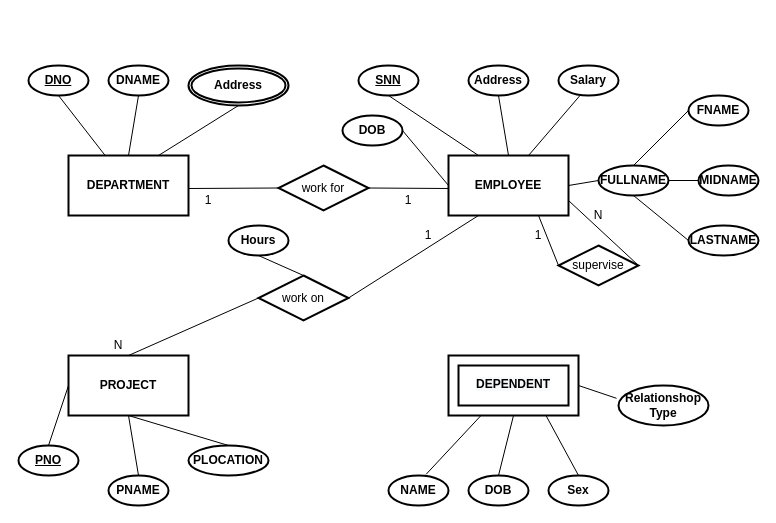
This is erd1.drawio from kieuvantuyen01/testGit, a draw.io file, before an edit. Source tidied: cells renumbered, new cells numbered last; positions are measured from the earlier drawing's top-left corner, leaving out a move shared by most shapes. Both pictures are drawn from the tidied source at 100%, with x=0, y=0 at pixel (18, 65).
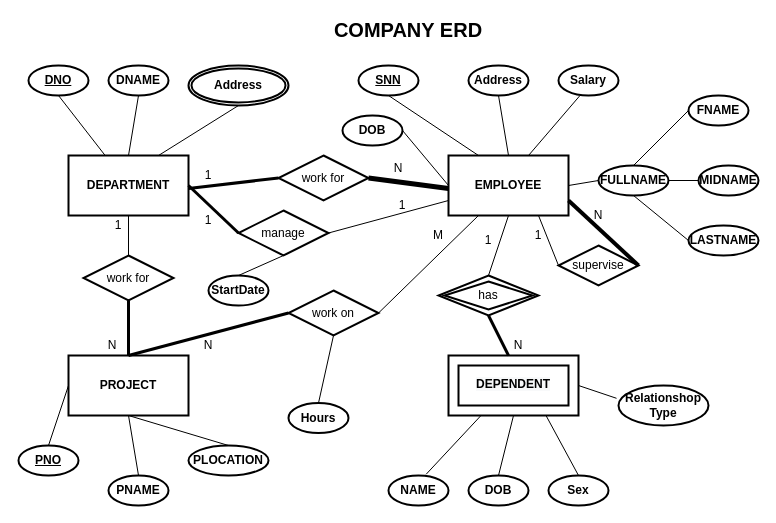
Above is the later version.

The change refers to these unchanged cells:
```xml
<mxCell id="2" value="&lt;b&gt;DEPARTMENT&lt;/b&gt;" style="rounded=0;whiteSpace=wrap;html=1;strokeWidth=2;" parent="1" vertex="1">
  <mxGeometry x="50" y="90" width="120" height="60" as="geometry" />
</mxCell>
<mxCell id="3" value="&lt;b&gt;EMPLOYEE&lt;/b&gt;" style="rounded=0;whiteSpace=wrap;html=1;strokeWidth=2;" parent="1" vertex="1">
  <mxGeometry x="430" y="90" width="120" height="60" as="geometry" />
</mxCell>
<mxCell id="4" value="&lt;b&gt;PROJECT&lt;/b&gt;" style="rounded=0;whiteSpace=wrap;html=1;strokeWidth=2;" parent="1" vertex="1">
  <mxGeometry x="50" y="290" width="120" height="60" as="geometry" />
</mxCell>
<mxCell id="55" value="supervise" style="shape=rhombus;perimeter=rhombusPerimeter;whiteSpace=wrap;html=1;align=center;strokeWidth=2;" parent="1" vertex="1">
  <mxGeometry x="540" y="180" width="80" height="40" as="geometry" />
</mxCell>
```

The edit, as a diff of the source:
```diff
@@
     <mxCell id="43" value="work for" style="shape=rhombus;perimeter=rhombusPerimeter;whiteSpace=wrap;html=1;align=center;strokeWidth=2;" parent="1" vertex="1">
-      <mxGeometry x="260" y="100" width="90" height="45" as="geometry" />
+      <mxGeometry x="260" y="90" width="90" height="45" as="geometry" />
     </mxCell>
-    <mxCell id="44" style="endArrow=none;html=1;rounded=0;entryX=0;entryY=0.5;entryDx=0;entryDy=0;" parent="1" edge="1" target="43">
+    <mxCell id="44" style="endArrow=none;html=1;rounded=0;entryX=0;entryY=0.5;entryDx=0;entryDy=0;strokeWidth=3;" parent="1" edge="1" target="43">
       <mxGeometry relative="1" as="geometry">
         <mxPoint x="170" y="123" as="sourcePoint" />
       </mxGeometry>
     </mxCell>
-    <mxCell id="45" style="endArrow=none;html=1;rounded=0;exitX=1;exitY=0.5;exitDx=0;exitDy=0;" parent="1" edge="1" source="43">
+    <mxCell id="45" style="endArrow=none;html=1;rounded=0;exitX=1;exitY=0.5;exitDx=0;exitDy=0;fontStyle=1;strokeWidth=5;" parent="1" edge="1" source="43">
       <mxGeometry relative="1" as="geometry">
         <mxPoint x="430" y="123" as="targetPoint" />
       </mxGeometry>
     </mxCell>
-    <mxCell id="46" value="1" style="text;html=1;strokeColor=none;fillColor=none;align=center;verticalAlign=middle;whiteSpace=wrap;rounded=0;" parent="1" vertex="1">
-      <mxGeometry x="370" y="125" width="40" height="20" as="geometry" />
+    <mxCell id="46" value="N" style="text;html=1;strokeColor=none;fillColor=none;align=center;verticalAlign=middle;whiteSpace=wrap;rounded=0;" parent="1" vertex="1">
+      <mxGeometry x="360" y="92.5" width="40" height="20" as="geometry" />
     </mxCell>
     <mxCell id="47" value="1" style="text;html=1;strokeColor=none;fillColor=none;align=center;verticalAlign=middle;whiteSpace=wrap;rounded=0;" parent="1" vertex="1">
-      <mxGeometry x="170" y="125" width="40" height="20" as="geometry" />
+      <mxGeometry x="170" y="100" width="40" height="20" as="geometry" />
     </mxCell>
     <mxCell id="48" value="work on&lt;br&gt;" style="shape=rhombus;perimeter=rhombusPerimeter;whiteSpace=wrap;html=1;align=center;strokeWidth=2;" parent="1" vertex="1">
-      <mxGeometry x="240" y="210" width="90" height="45" as="geometry" />
+      <mxGeometry x="270" y="225" width="90" height="45" as="geometry" />
     </mxCell>
-    <mxCell id="49" style="endArrow=none;html=1;rounded=0;entryX=0;entryY=0.5;entryDx=0;entryDy=0;exitX=0.5;exitY=0;exitDx=0;exitDy=0;" parent="1" edge="1" source="4" target="48">
+    <mxCell id="49" style="endArrow=none;html=1;rounded=0;entryX=0;entryY=0.5;entryDx=0;entryDy=0;exitX=0.5;exitY=0;exitDx=0;exitDy=0;strokeWidth=3;" parent="1" edge="1" source="4" target="48">
       <mxGeometry relative="1" as="geometry" />
     </mxCell>
@@
     <mxCell id="51" value="Hours" style="ellipse;whiteSpace=wrap;html=1;strokeWidth=2;fontStyle=1;" parent="1" vertex="1">
-      <mxGeometry x="210" y="160" width="60" height="30" as="geometry" />
+      <mxGeometry x="270" y="337.5" width="60" height="30" as="geometry" />
     </mxCell>
-    <mxCell id="52" style="endArrow=none;html=1;rounded=0;entryX=0.5;entryY=0;entryDx=0;entryDy=0;exitX=0.5;exitY=1;exitDx=0;exitDy=0;" parent="1" edge="1" source="51" target="48">
+    <mxCell id="52" style="endArrow=none;html=1;rounded=0;entryX=0.5;entryY=1;entryDx=0;entryDy=0;exitX=0.5;exitY=0;exitDx=0;exitDy=0;" parent="1" edge="1" source="51" target="48">
       <mxGeometry relative="1" as="geometry" />
     </mxCell>
-    <mxCell id="53" value="1" style="text;html=1;strokeColor=none;fillColor=none;align=center;verticalAlign=middle;whiteSpace=wrap;rounded=0;" parent="1" vertex="1">
-      <mxGeometry x="390" y="160" width="40" height="20" as="geometry" />
+    <mxCell id="53" value="M" style="text;html=1;strokeColor=none;fillColor=none;align=center;verticalAlign=middle;whiteSpace=wrap;rounded=0;" parent="1" vertex="1">
+      <mxGeometry x="400" y="160" width="40" height="20" as="geometry" />
     </mxCell>
     <mxCell id="54" value="N" style="text;html=1;strokeColor=none;fillColor=none;align=center;verticalAlign=middle;whiteSpace=wrap;rounded=0;" parent="1" vertex="1">
-      <mxGeometry x="80" y="270" width="40" height="20" as="geometry" />
+      <mxGeometry x="170" y="270" width="40" height="20" as="geometry" />
     </mxCell>
@@
-    <mxCell id="57" style="endArrow=none;html=1;rounded=0;entryX=1;entryY=0.5;entryDx=0;entryDy=0;exitX=1;exitY=0.75;exitDx=0;exitDy=0;" parent="1" edge="1" source="3" target="55">
+    <mxCell id="57" style="endArrow=none;html=1;rounded=0;entryX=1;entryY=0.5;entryDx=0;entryDy=0;exitX=1;exitY=0.75;exitDx=0;exitDy=0;strokeWidth=4;" parent="1" edge="1" source="3" target="55">
       <mxGeometry relative="1" as="geometry" />
     </mxCell>
@@
+    <mxCell id="60" style="endArrow=none;html=1;rounded=0;entryX=0.5;entryY=1;entryDx=0;entryDy=0;strokeWidth=3;" parent="1" edge="1" target="61">
+      <mxGeometry relative="1" as="geometry">
+        <mxPoint x="490" y="290" as="sourcePoint" />
+      </mxGeometry>
+    </mxCell>
+    <mxCell id="61" value="has" style="shape=rhombus;double=1;perimeter=rhombusPerimeter;whiteSpace=wrap;html=1;align=center;strokeWidth=2;" parent="1" vertex="1">
+      <mxGeometry x="420" y="210" width="100" height="40" as="geometry" />
+    </mxCell>
+    <mxCell id="62" style="endArrow=none;html=1;rounded=0;entryX=0.5;entryY=1;entryDx=0;entryDy=0;exitX=0.5;exitY=0;exitDx=0;exitDy=0;" parent="1" edge="1" source="61" target="3">
+      <mxGeometry relative="1" as="geometry" />
+    </mxCell>
+    <mxCell id="63" value="1" style="text;html=1;strokeColor=none;fillColor=none;align=center;verticalAlign=middle;whiteSpace=wrap;rounded=0;" parent="1" vertex="1">
+      <mxGeometry x="450" y="165" width="40" height="20" as="geometry" />
+    </mxCell>
+    <mxCell id="64" value="N" style="text;html=1;strokeColor=none;fillColor=none;align=center;verticalAlign=middle;whiteSpace=wrap;rounded=0;" parent="1" vertex="1">
+      <mxGeometry x="480" y="270" width="40" height="20" as="geometry" />
+    </mxCell>
+    <mxCell id="65" value="manage" style="shape=rhombus;perimeter=rhombusPerimeter;whiteSpace=wrap;html=1;align=center;strokeWidth=2;" parent="1" vertex="1">
+      <mxGeometry x="220" y="145" width="90" height="45" as="geometry" />
+    </mxCell>
+    <mxCell id="66" style="endArrow=none;html=1;rounded=0;entryX=0;entryY=0.75;entryDx=0;entryDy=0;exitX=1;exitY=0.5;exitDx=0;exitDy=0;" parent="1" edge="1" source="65" target="3">
+      <mxGeometry relative="1" as="geometry" />
+    </mxCell>
+    <mxCell id="67" style="endArrow=none;html=1;rounded=0;exitX=0;exitY=0.5;exitDx=0;exitDy=0;entryX=0;entryY=1;entryDx=0;entryDy=0;strokeWidth=3;" parent="1" edge="1" source="65" target="47">
+      <mxGeometry relative="1" as="geometry" />
+    </mxCell>
+    <mxCell id="68" value="1" style="text;html=1;strokeColor=none;fillColor=none;align=center;verticalAlign=middle;whiteSpace=wrap;rounded=0;" parent="1" vertex="1">
+      <mxGeometry x="170" y="145" width="40" height="20" as="geometry" />
+    </mxCell>
+    <mxCell id="69" value="1" style="text;html=1;strokeColor=none;fillColor=none;align=center;verticalAlign=middle;whiteSpace=wrap;rounded=0;" parent="1" vertex="1">
+      <mxGeometry x="364" y="130" width="40" height="20" as="geometry" />
+    </mxCell>
+    <mxCell id="70" value="StartDate" style="ellipse;whiteSpace=wrap;html=1;strokeWidth=2;fontStyle=1;" parent="1" vertex="1">
+      <mxGeometry x="190" y="210" width="60" height="30" as="geometry" />
+    </mxCell>
+    <mxCell id="71" style="endArrow=none;html=1;rounded=0;exitX=0.5;exitY=1;exitDx=0;exitDy=0;entryX=0.5;entryY=0;entryDx=0;entryDy=0;" parent="1" edge="1" source="65" target="70">
+      <mxGeometry relative="1" as="geometry" />
+    </mxCell>
+    <mxCell id="72" value="work for" style="shape=rhombus;perimeter=rhombusPerimeter;whiteSpace=wrap;html=1;align=center;strokeWidth=2;" parent="1" vertex="1">
+      <mxGeometry x="65" y="190" width="90" height="45" as="geometry" />
+    </mxCell>
+    <mxCell id="73" style="endArrow=none;html=1;rounded=0;exitX=0.5;exitY=1;exitDx=0;exitDy=0;entryX=0.5;entryY=0;entryDx=0;entryDy=0;strokeWidth=3;" parent="1" edge="1" source="72" target="4">
+      <mxGeometry relative="1" as="geometry" />
+    </mxCell>
+    <mxCell id="74" style="endArrow=none;html=1;rounded=0;exitX=0.5;exitY=1;exitDx=0;exitDy=0;entryX=0.5;entryY=0;entryDx=0;entryDy=0;" parent="1" edge="1" source="2" target="72">
+      <mxGeometry relative="1" as="geometry" />
+    </mxCell>
+    <mxCell id="75" value="1" style="text;html=1;strokeColor=none;fillColor=none;align=center;verticalAlign=middle;whiteSpace=wrap;rounded=0;" parent="1" vertex="1">
+      <mxGeometry x="80" y="150" width="40" height="20" as="geometry" />
+    </mxCell>
+    <mxCell id="76" value="N" style="text;html=1;strokeColor=none;fillColor=none;align=center;verticalAlign=middle;whiteSpace=wrap;rounded=0;" parent="1" vertex="1">
+      <mxGeometry x="74" y="270" width="40" height="20" as="geometry" />
+    </mxCell>
+    <mxCell id="77" value="&lt;b style=&quot;font-size: 20px;&quot;&gt;COMPANY ERD&lt;/b&gt;" style="text;html=1;strokeColor=none;fillColor=none;align=center;verticalAlign=middle;whiteSpace=wrap;rounded=0;fontSize=20;" parent="1" vertex="1">
+      <mxGeometry x="290" y="-46" width="200" height="20" as="geometry" />
+    </mxCell>
```
